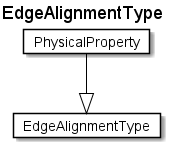
The PlantUML diagram fragments/diagrams/EdgeAlignmentType.png in rtigran/rdf2adoc, before a commit.
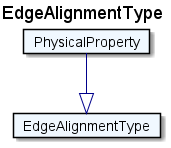
Above is the later version.

What changed in the source:
```diff
@@ -1,11 +1,11 @@
 @startuml
 Title EdgeAlignmentType
 
-Card EdgeAlignmentType #fff [
+Card EdgeAlignmentType #F0F8FF [
 EdgeAlignmentType
 ]
-Card PhysicalProperty #fff [
+Card PhysicalProperty #F0F8FF [
 PhysicalProperty
 ]
-PhysicalProperty --|> EdgeAlignmentType  #000
+PhysicalProperty --|> EdgeAlignmentType  #00008B
 @enduml
```
